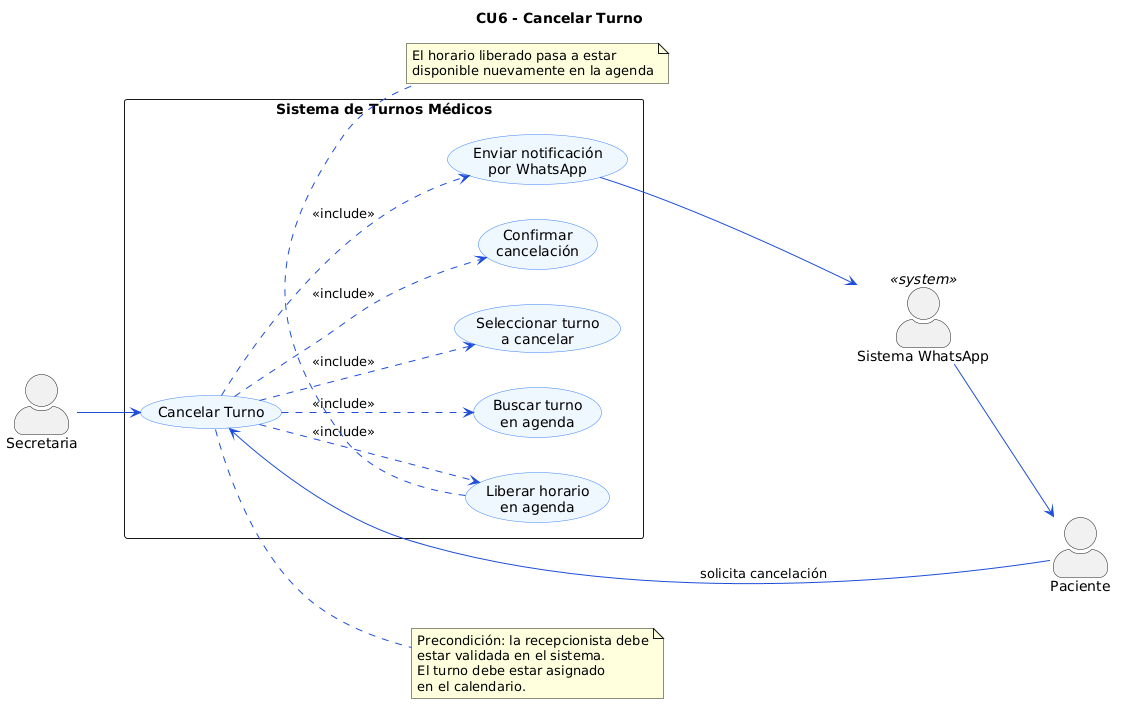
Above: diagramas/02-casos-de-uso/02-cancelar-turno-06.png in angelgc9107-lgtm/SistemaTurnosMedicos_GP6 (PlantUML), before the change. Source of this version:
```plantuml
@startuml
left to right direction
skinparam actorStyle awesome
skinparam packageStyle rectangle
skinparam usecase {
    BackgroundColor #EFF6FF
    BorderColor #3B82F6
    ArrowColor #1D4ED8
}

title CU6 - Cancelar Turno

actor "Secretaria" as SEC
actor "Paciente" as PAC
actor "Sistema WhatsApp" as WA <<system>>

rectangle "Sistema de Turnos Médicos" {

    usecase "Cancelar Turno" as CU6

    usecase "Buscar turno\nen agenda" as CU6_1
    usecase "Seleccionar turno\na cancelar" as CU6_2
    usecase "Confirmar\ncancelación" as CU6_3
    usecase "Liberar horario\nen agenda" as CU6_4
    usecase "Enviar notificación\npor WhatsApp" as CU6_5

    CU6 ..> CU6_1 : <<include>>
    CU6 ..> CU6_2 : <<include>>
    CU6 ..> CU6_3 : <<include>>
    CU6 ..> CU6_4 : <<include>>
    CU6 ..> CU6_5 : <<include>>

}

SEC --> CU6
PAC --> CU6 : solicita cancelación
CU6_5 --> WA
WA --> PAC

note bottom of CU6_4
  El horario liberado pasa a estar
  disponible nuevamente en la agenda
end note

note right of CU6
  Precondición: la recepcionista debe
  estar validada en el sistema.
  El turno debe estar asignado
  en el calendario.
end note
@enduml
```
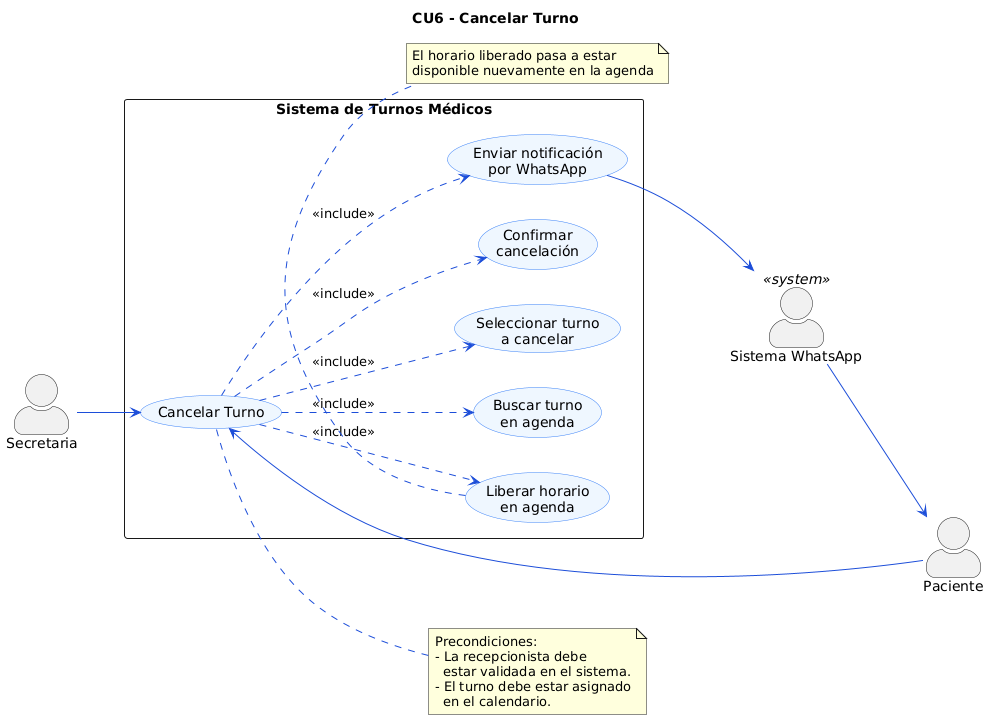
Later version of the same file.

What changed in the source:
```diff
@@ -33,7 +33,7 @@
 }
 
 SEC --> CU6
-PAC --> CU6 : solicita cancelación
+PAC --> CU6
 CU6_5 --> WA
 WA --> PAC
 
@@ -43,9 +43,10 @@
 end note
 
 note right of CU6
-  Precondición: la recepcionista debe
-  estar validada en el sistema.
-  El turno debe estar asignado
-  en el calendario.
+  Precondiciones:
+  - La recepcionista debe
+    estar validada en el sistema.
+  - El turno debe estar asignado
+    en el calendario.
 end note
 @enduml
```
